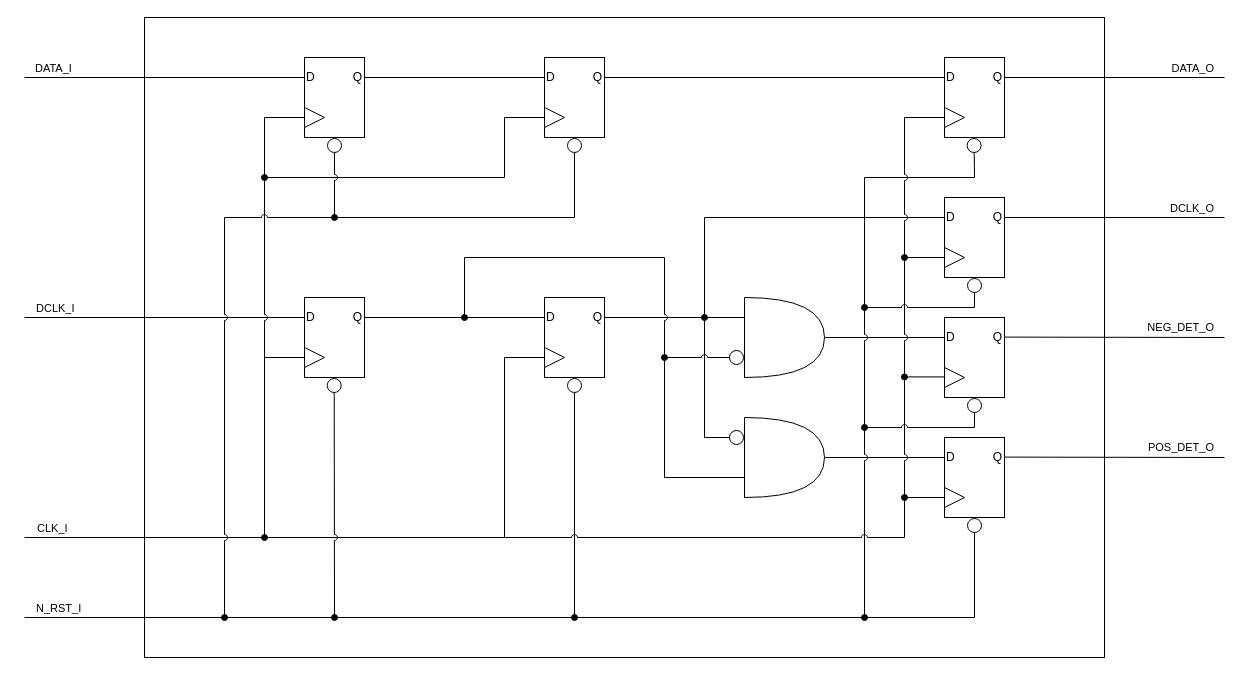
The draw.io diagram 01_FIREEEE_DCLK_EDGE_DET/Diagrams/Block/FIREEEE_DCLK_EDGE_DET_Block.drawio in AUDIY/FIREEEE, before the edit. Source tidied: cells renumbered, new cells numbered last; positions are measured from the earlier drawing's top-left corner, leaving out a move shared by most shapes. Both pictures are drawn from the tidied source at 100%, with x=0, y=0 at pixel (24, 17).
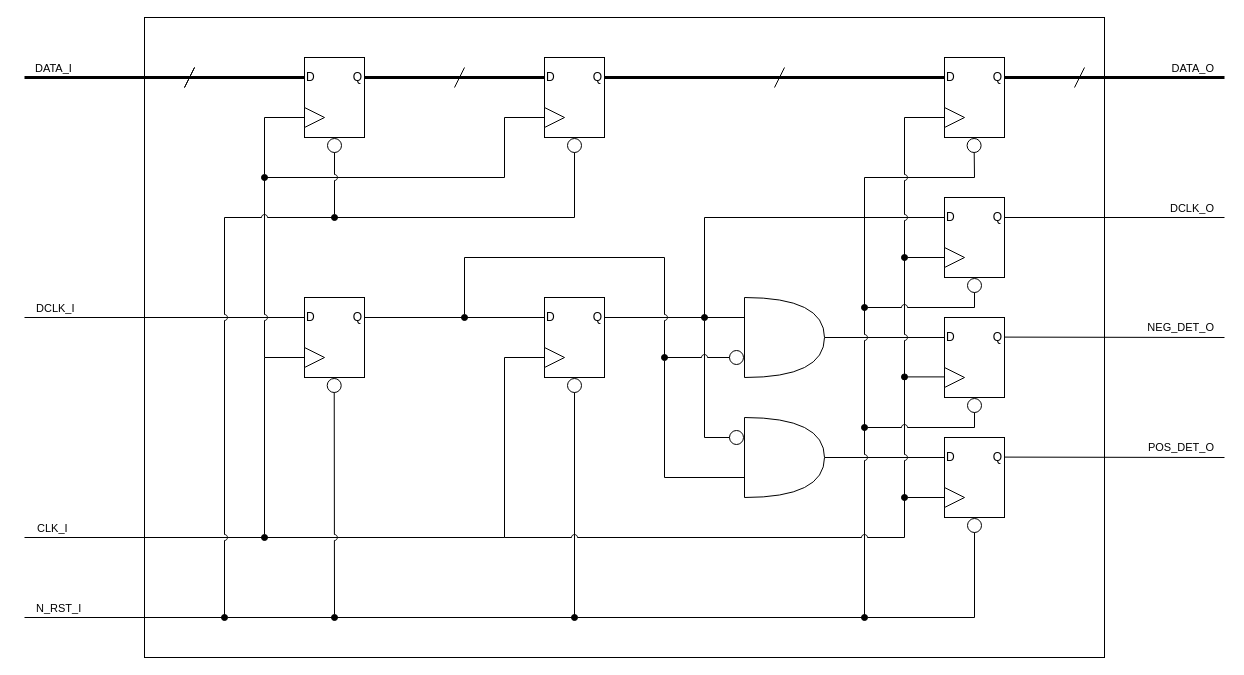
After the change.

Commit message (it also covers changes not shown here):
Change Data wire to bus.

The change refers to these unchanged cells:
```xml
<mxCell id="5" value="D" style="text;html=1;whiteSpace=wrap;strokeColor=none;fillColor=none;align=left;verticalAlign=middle;rounded=0;" parent="3" vertex="1">
  <mxGeometry y="10" width="20" height="20" as="geometry" />
</mxCell>
<mxCell id="6" value="Q" style="text;html=1;whiteSpace=wrap;strokeColor=none;fillColor=none;align=right;verticalAlign=middle;rounded=0;" parent="3" vertex="1">
  <mxGeometry x="40" y="10" width="20" height="20" as="geometry" />
</mxCell>
<mxCell id="8" style="group;" parent="1" vertex="1">
  <mxGeometry x="520" y="40" width="60" height="80" as="geometry" />
</mxCell>
<mxCell id="10" value="D" style="text;html=1;whiteSpace=wrap;strokeColor=none;fillColor=none;align=left;verticalAlign=middle;rounded=0;" parent="8" vertex="1">
  <mxGeometry y="10" width="20" height="20" as="geometry" />
</mxCell>
<mxCell id="12" value="Q" style="text;html=1;whiteSpace=wrap;strokeColor=none;fillColor=none;align=right;verticalAlign=middle;rounded=0;" parent="8" vertex="1">
  <mxGeometry x="40" y="10" width="20" height="20" as="geometry" />
</mxCell>
```

Diff of the diagram source:
```diff
@@
-    <mxCell id="11" style="rounded=0;jettySize=auto;html=1;exitX=1;exitY=0.5;exitDx=0;exitDy=0;endArrow=none;endFill=0;" parent="8" edge="1" source="12">
+    <mxCell id="11" style="rounded=0;jettySize=auto;html=1;exitX=1;exitY=0.5;exitDx=0;exitDy=0;endArrow=none;endFill=0;strokeWidth=3;" parent="8" edge="1" source="12">
       <mxGeometry relative="1" as="geometry">
         <mxPoint x="400" y="20" as="targetPoint" />
       </mxGeometry>
     </mxCell>
@@
-    <mxCell id="14" style="rounded=0;jettySize=auto;html=1;exitX=1;exitY=0.5;exitDx=0;exitDy=0;entryX=0;entryY=0.5;entryDx=0;entryDy=0;endArrow=none;endFill=0;" parent="1" edge="1" source="6" target="10">
+    <mxCell id="14" style="rounded=0;jettySize=auto;html=1;exitX=1;exitY=0.5;exitDx=0;exitDy=0;entryX=0;entryY=0.5;entryDx=0;entryDy=0;endArrow=none;endFill=0;strokeWidth=3;" parent="1" edge="1" source="6" target="10">
       <mxGeometry relative="1" as="geometry" />
     </mxCell>
@@
-    <mxCell id="34" style="endArrow=none;html=1;rounded=0;entryX=0;entryY=0.5;entryDx=0;entryDy=0;" parent="1" edge="1" target="5">
+    <mxCell id="34" style="endArrow=none;html=1;rounded=0;entryX=0;entryY=0.5;entryDx=0;entryDy=0;strokeWidth=3;" parent="1" edge="1" target="5">
       <mxGeometry relative="1" as="geometry">
         <mxPoint y="60" as="sourcePoint" />
       </mxGeometry>
     </mxCell>
@@
-    <mxCell id="76" style="endArrow=none;html=1;rounded=0;" parent="1" edge="1">
+    <mxCell id="76" style="endArrow=none;html=1;rounded=0;strokeWidth=3;" parent="1" edge="1">
       <mxGeometry relative="1" as="geometry">
         <mxPoint x="980" y="60" as="sourcePoint" />
         <mxPoint x="1200" y="60" as="targetPoint" />
       </mxGeometry>
     </mxCell>
@@
+    <mxCell id="85" style="endArrow=none;html=1;rounded=0;" parent="1" edge="1">
+      <mxGeometry relative="1" as="geometry">
+        <mxPoint x="160" y="70" as="sourcePoint" />
+        <mxPoint x="170" y="50" as="targetPoint" />
+      </mxGeometry>
+    </mxCell>
+    <mxCell id="86" style="endArrow=none;html=1;rounded=0;" parent="1" edge="1">
+      <mxGeometry relative="1" as="geometry">
+        <mxPoint x="160" y="70" as="sourcePoint" />
+        <mxPoint x="170" y="50" as="targetPoint" />
+      </mxGeometry>
+    </mxCell>
+    <mxCell id="87" style="endArrow=none;html=1;rounded=0;" parent="1" edge="1">
+      <mxGeometry relative="1" as="geometry">
+        <mxPoint x="430" y="70" as="sourcePoint" />
+        <mxPoint x="440" y="50" as="targetPoint" />
+      </mxGeometry>
+    </mxCell>
+    <mxCell id="88" style="endArrow=none;html=1;rounded=0;" parent="1" edge="1">
+      <mxGeometry relative="1" as="geometry">
+        <mxPoint x="750" y="70" as="sourcePoint" />
+        <mxPoint x="760" y="50" as="targetPoint" />
+      </mxGeometry>
+    </mxCell>
+    <mxCell id="89" style="endArrow=none;html=1;rounded=0;" parent="1" edge="1">
+      <mxGeometry relative="1" as="geometry">
+        <mxPoint x="1050" y="70" as="sourcePoint" />
+        <mxPoint x="1060" y="50" as="targetPoint" />
+      </mxGeometry>
+    </mxCell>
```
